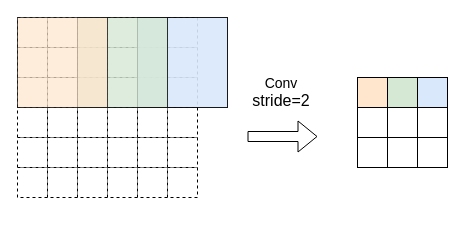
Before: convpool.drawio in ThrowYouARem/d2l-zh, a draw.io diagram. Source tidied: cells renumbered, new cells numbered last; positions are measured from the earlier drawing's top-left corner, leaving out a move shared by most shapes. Both pictures are drawn from the tidied source at 100%, with x=0, y=0 at pixel (17, 17).
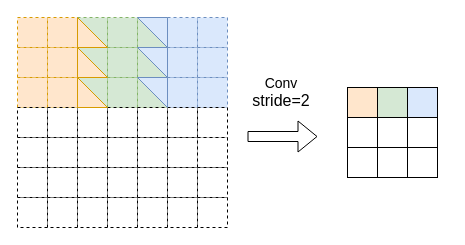
Above is the later version.

The edit, as a diff of the source:
```diff
@@
-    <mxCell id="2" style="rounded=0;whiteSpace=wrap;html=1;dashed=1;" parent="1" vertex="1">
+    <mxCell id="2" style="rounded=0;whiteSpace=wrap;html=1;dashed=1;fillColor=#ffe6cc;strokeColor=#d79b00;" parent="1" vertex="1">
       <mxGeometry width="30" height="30" as="geometry" />
     </mxCell>
-    <mxCell id="3" style="rounded=0;whiteSpace=wrap;html=1;dashed=1;" parent="1" vertex="1">
+    <mxCell id="3" style="rounded=0;whiteSpace=wrap;html=1;dashed=1;fillColor=#ffe6cc;strokeColor=#d79b00;" parent="1" vertex="1">
       <mxGeometry x="30" width="30" height="30" as="geometry" />
     </mxCell>
-    <mxCell id="4" style="rounded=0;whiteSpace=wrap;html=1;dashed=1;" parent="1" vertex="1">
+    <mxCell id="4" style="rounded=0;whiteSpace=wrap;html=1;dashed=1;fillColor=#d5e8d4;strokeColor=#82b366;" parent="1" vertex="1">
       <mxGeometry x="60" width="30" height="30" as="geometry" />
     </mxCell>
-    <mxCell id="5" style="rounded=0;whiteSpace=wrap;html=1;dashed=1;" parent="1" vertex="1">
+    <mxCell id="5" style="rounded=0;whiteSpace=wrap;html=1;dashed=1;fillColor=#d5e8d4;strokeColor=#82b366;" parent="1" vertex="1">
       <mxGeometry x="90" width="30" height="30" as="geometry" />
     </mxCell>
-    <mxCell id="6" style="rounded=0;whiteSpace=wrap;html=1;dashed=1;" parent="1" vertex="1">
+    <mxCell id="6" style="rounded=0;whiteSpace=wrap;html=1;dashed=1;fillColor=#d5e8d4;strokeColor=#82b366;" parent="1" vertex="1">
       <mxGeometry x="120" width="30" height="30" as="geometry" />
     </mxCell>
-    <mxCell id="7" style="rounded=0;whiteSpace=wrap;html=1;dashed=1;" parent="1" vertex="1">
+    <mxCell id="7" style="rounded=0;whiteSpace=wrap;html=1;dashed=1;fillColor=#dae8fc;strokeColor=#6c8ebf;" parent="1" vertex="1">
       <mxGeometry x="150" width="30" height="30" as="geometry" />
     </mxCell>
-    <mxCell id="8" style="rounded=0;whiteSpace=wrap;html=1;dashed=1;" parent="1" vertex="1">
+    <mxCell id="8" style="rounded=0;whiteSpace=wrap;html=1;dashed=1;fillColor=#ffe6cc;strokeColor=#d79b00;" parent="1" vertex="1">
       <mxGeometry y="30" width="30" height="30" as="geometry" />
     </mxCell>
-    <mxCell id="9" style="rounded=0;whiteSpace=wrap;html=1;dashed=1;" parent="1" vertex="1">
+    <mxCell id="9" style="rounded=0;whiteSpace=wrap;html=1;dashed=1;fillColor=#ffe6cc;strokeColor=#d79b00;" parent="1" vertex="1">
       <mxGeometry x="30" y="30" width="30" height="30" as="geometry" />
     </mxCell>
-    <mxCell id="10" style="rounded=0;whiteSpace=wrap;html=1;dashed=1;" parent="1" vertex="1">
+    <mxCell id="10" style="rounded=0;whiteSpace=wrap;html=1;dashed=1;fillColor=#d5e8d4;strokeColor=#82b366;" parent="1" vertex="1">
       <mxGeometry x="60" y="30" width="30" height="30" as="geometry" />
     </mxCell>
-    <mxCell id="11" style="rounded=0;whiteSpace=wrap;html=1;dashed=1;" parent="1" vertex="1">
+    <mxCell id="11" style="rounded=0;whiteSpace=wrap;html=1;dashed=1;fillColor=#d5e8d4;strokeColor=#82b366;" parent="1" vertex="1">
       <mxGeometry x="90" y="30" width="30" height="30" as="geometry" />
     </mxCell>
-    <mxCell id="12" style="rounded=0;whiteSpace=wrap;html=1;dashed=1;" parent="1" vertex="1">
+    <mxCell id="12" style="rounded=0;whiteSpace=wrap;html=1;dashed=1;fillColor=#d5e8d4;strokeColor=#82b366;" parent="1" vertex="1">
       <mxGeometry x="120" y="30" width="30" height="30" as="geometry" />
     </mxCell>
-    <mxCell id="13" style="rounded=0;whiteSpace=wrap;html=1;dashed=1;" parent="1" vertex="1">
+    <mxCell id="13" style="rounded=0;whiteSpace=wrap;html=1;dashed=1;fillColor=#dae8fc;strokeColor=#6c8ebf;" parent="1" vertex="1">
       <mxGeometry x="150" y="30" width="30" height="30" as="geometry" />
     </mxCell>
-    <mxCell id="14" style="rounded=0;whiteSpace=wrap;html=1;dashed=1;" parent="1" vertex="1">
+    <mxCell id="14" style="rounded=0;whiteSpace=wrap;html=1;dashed=1;fillColor=#ffe6cc;strokeColor=#d79b00;" parent="1" vertex="1">
       <mxGeometry y="60" width="30" height="30" as="geometry" />
     </mxCell>
-    <mxCell id="15" style="rounded=0;whiteSpace=wrap;html=1;dashed=1;" parent="1" vertex="1">
+    <mxCell id="15" style="rounded=0;whiteSpace=wrap;html=1;dashed=1;fillColor=#ffe6cc;strokeColor=#d79b00;" parent="1" vertex="1">
       <mxGeometry x="30" y="60" width="30" height="30" as="geometry" />
     </mxCell>
-    <mxCell id="16" style="rounded=0;whiteSpace=wrap;html=1;dashed=1;" parent="1" vertex="1">
+    <mxCell id="16" style="rounded=0;whiteSpace=wrap;html=1;dashed=1;fillColor=#d5e8d4;strokeColor=#82b366;" parent="1" vertex="1">
       <mxGeometry x="60" y="60" width="30" height="30" as="geometry" />
     </mxCell>
-    <mxCell id="17" style="rounded=0;whiteSpace=wrap;html=1;dashed=1;" parent="1" vertex="1">
+    <mxCell id="17" style="rounded=0;whiteSpace=wrap;html=1;dashed=1;fillColor=#d5e8d4;strokeColor=#82b366;" parent="1" vertex="1">
       <mxGeometry x="90" y="60" width="30" height="30" as="geometry" />
     </mxCell>
-    <mxCell id="18" style="rounded=0;whiteSpace=wrap;html=1;dashed=1;" parent="1" vertex="1">
+    <mxCell id="18" style="rounded=0;whiteSpace=wrap;html=1;dashed=1;fillColor=#d5e8d4;strokeColor=#82b366;" parent="1" vertex="1">
       <mxGeometry x="120" y="60" width="30" height="30" as="geometry" />
     </mxCell>
-    <mxCell id="19" style="rounded=0;whiteSpace=wrap;html=1;dashed=1;" parent="1" vertex="1">
+    <mxCell id="19" style="rounded=0;whiteSpace=wrap;html=1;dashed=1;fillColor=#dae8fc;strokeColor=#6c8ebf;" parent="1" vertex="1">
       <mxGeometry x="150" y="60" width="30" height="30" as="geometry" />
     </mxCell>
@@
-    <mxCell id="38" style="rounded=0;whiteSpace=wrap;html=1;opacity=90;fillColor=#dae8fc;strokeColor=light-dark(#000000, #996500);" parent="1" vertex="1">
-      <mxGeometry x="120" width="90" height="90" as="geometry" />
-    </mxCell>
-    <mxCell id="39" style="rounded=0;whiteSpace=wrap;html=1;opacity=80;fillColor=#d5e8d4;strokeColor=light-dark(#000000, #996500);" parent="1" vertex="1">
-      <mxGeometry x="60" width="90" height="90" as="geometry" />
-    </mxCell>
-    <mxCell id="40" style="rounded=0;whiteSpace=wrap;html=1;opacity=70;fillColor=#ffe6cc;strokeColor=light-dark(#000000, #996500);" parent="1" vertex="1">
-      <mxGeometry width="90" height="90" as="geometry" />
-    </mxCell>
@@
     <mxCell id="42" style="rounded=0;whiteSpace=wrap;html=1;fillColor=#ffe6cc;strokeColor=light-dark(#000000, #996500);" parent="1" vertex="1">
-      <mxGeometry x="340" y="60" width="30" height="30" as="geometry" />
+      <mxGeometry x="330" y="70" width="30" height="30" as="geometry" />
     </mxCell>
     <mxCell id="43" style="rounded=0;whiteSpace=wrap;html=1;fillColor=#d5e8d4;strokeColor=light-dark(#000000, #996500);" parent="1" vertex="1">
-      <mxGeometry x="370" y="60" width="30" height="30" as="geometry" />
+      <mxGeometry x="360" y="70" width="30" height="30" as="geometry" />
     </mxCell>
     <mxCell id="44" style="rounded=0;whiteSpace=wrap;html=1;fillColor=#dae8fc;strokeColor=light-dark(#000000, #996500);" parent="1" vertex="1">
-      <mxGeometry x="400" y="60" width="30" height="30" as="geometry" />
+      <mxGeometry x="390" y="70" width="30" height="30" as="geometry" />
     </mxCell>
     <mxCell id="45" style="rounded=0;whiteSpace=wrap;html=1;strokeColor=light-dark(#000000, #996500);" parent="1" vertex="1">
-      <mxGeometry x="340" y="90" width="30" height="30" as="geometry" />
+      <mxGeometry x="330" y="100" width="30" height="30" as="geometry" />
     </mxCell>
     <mxCell id="46" style="rounded=0;whiteSpace=wrap;html=1;strokeColor=light-dark(#000000, #996500);" parent="1" vertex="1">
-      <mxGeometry x="370" y="90" width="30" height="30" as="geometry" />
+      <mxGeometry x="360" y="100" width="30" height="30" as="geometry" />
     </mxCell>
     <mxCell id="47" style="rounded=0;whiteSpace=wrap;html=1;strokeColor=light-dark(#000000, #996500);" parent="1" vertex="1">
-      <mxGeometry x="400" y="90" width="30" height="30" as="geometry" />
+      <mxGeometry x="390" y="100" width="30" height="30" as="geometry" />
     </mxCell>
     <mxCell id="48" style="rounded=0;whiteSpace=wrap;html=1;strokeColor=light-dark(#000000, #996500);" parent="1" vertex="1">
-      <mxGeometry x="340" y="120" width="30" height="30" as="geometry" />
+      <mxGeometry x="330" y="130" width="30" height="30" as="geometry" />
     </mxCell>
     <mxCell id="49" style="rounded=0;whiteSpace=wrap;html=1;strokeColor=light-dark(#000000, #996500);" parent="1" vertex="1">
-      <mxGeometry x="370" y="120" width="30" height="30" as="geometry" />
+      <mxGeometry x="360" y="130" width="30" height="30" as="geometry" />
     </mxCell>
     <mxCell id="50" style="rounded=0;whiteSpace=wrap;html=1;strokeColor=light-dark(#000000, #996500);" parent="1" vertex="1">
-      <mxGeometry x="400" y="120" width="30" height="30" as="geometry" />
+      <mxGeometry x="390" y="130" width="30" height="30" as="geometry" />
     </mxCell>
@@
+    <mxCell id="52" style="verticalLabelPosition=bottom;verticalAlign=top;html=1;shape=mxgraph.basic.orthogonal_triangle;fillColor=#ffe6cc;strokeColor=#d79b00;" parent="1" vertex="1">
+      <mxGeometry x="60" width="30" height="30" as="geometry" />
+    </mxCell>
+    <mxCell id="53" style="verticalLabelPosition=bottom;verticalAlign=top;html=1;shape=mxgraph.basic.orthogonal_triangle;fillColor=#ffe6cc;strokeColor=#d79b00;" parent="1" vertex="1">
+      <mxGeometry x="60" y="30" width="30" height="30" as="geometry" />
+    </mxCell>
+    <mxCell id="54" style="verticalLabelPosition=bottom;verticalAlign=top;html=1;shape=mxgraph.basic.orthogonal_triangle;fillColor=#ffe6cc;strokeColor=#d79b00;" parent="1" vertex="1">
+      <mxGeometry x="60" y="60" width="30" height="30" as="geometry" />
+    </mxCell>
+    <mxCell id="55" style="verticalLabelPosition=bottom;verticalAlign=top;html=1;shape=mxgraph.basic.orthogonal_triangle;fillColor=#dae8fc;strokeColor=#6c8ebf;rotation=-180;" parent="1" vertex="1">
+      <mxGeometry x="120" width="30" height="30" as="geometry" />
+    </mxCell>
+    <mxCell id="56" style="verticalLabelPosition=bottom;verticalAlign=top;html=1;shape=mxgraph.basic.orthogonal_triangle;fillColor=#dae8fc;strokeColor=#6c8ebf;rotation=-180;" parent="1" vertex="1">
+      <mxGeometry x="120" y="30" width="30" height="30" as="geometry" />
+    </mxCell>
+    <mxCell id="57" style="verticalLabelPosition=bottom;verticalAlign=top;html=1;shape=mxgraph.basic.orthogonal_triangle;fillColor=#dae8fc;strokeColor=#6c8ebf;rotation=-180;" parent="1" vertex="1">
+      <mxGeometry x="120" y="60" width="30" height="30" as="geometry" />
+    </mxCell>
+    <mxCell id="58" style="rounded=0;whiteSpace=wrap;html=1;dashed=1;fillColor=#dae8fc;strokeColor=#6c8ebf;" parent="1" vertex="1">
+      <mxGeometry x="180" width="30" height="30" as="geometry" />
+    </mxCell>
+    <mxCell id="59" style="rounded=0;whiteSpace=wrap;html=1;dashed=1;fillColor=#dae8fc;strokeColor=#6c8ebf;" parent="1" vertex="1">
+      <mxGeometry x="180" y="30" width="30" height="30" as="geometry" />
+    </mxCell>
+    <mxCell id="60" style="rounded=0;whiteSpace=wrap;html=1;dashed=1;fillColor=#dae8fc;strokeColor=#6c8ebf;" parent="1" vertex="1">
+      <mxGeometry x="180" y="60" width="30" height="30" as="geometry" />
+    </mxCell>
+    <mxCell id="61" style="rounded=0;whiteSpace=wrap;html=1;dashed=1;" parent="1" vertex="1">
+      <mxGeometry x="180" y="90" width="30" height="30" as="geometry" />
+    </mxCell>
+    <mxCell id="62" style="rounded=0;whiteSpace=wrap;html=1;dashed=1;" parent="1" vertex="1">
+      <mxGeometry x="180" y="120" width="30" height="30" as="geometry" />
+    </mxCell>
+    <mxCell id="63" style="rounded=0;whiteSpace=wrap;html=1;dashed=1;" parent="1" vertex="1">
+      <mxGeometry x="180" y="120" width="30" height="30" as="geometry" />
+    </mxCell>
+    <mxCell id="64" style="rounded=0;whiteSpace=wrap;html=1;dashed=1;" parent="1" vertex="1">
+      <mxGeometry x="180" y="150" width="30" height="30" as="geometry" />
+    </mxCell>
+    <mxCell id="65" style="rounded=0;whiteSpace=wrap;html=1;dashed=1;" parent="1" vertex="1">
+      <mxGeometry y="180" width="30" height="30" as="geometry" />
+    </mxCell>
+    <mxCell id="66" style="rounded=0;whiteSpace=wrap;html=1;dashed=1;" parent="1" vertex="1">
+      <mxGeometry x="30" y="180" width="30" height="30" as="geometry" />
+    </mxCell>
+    <mxCell id="67" style="rounded=0;whiteSpace=wrap;html=1;dashed=1;" parent="1" vertex="1">
+      <mxGeometry x="60" y="180" width="30" height="30" as="geometry" />
+    </mxCell>
+    <mxCell id="68" style="rounded=0;whiteSpace=wrap;html=1;dashed=1;" parent="1" vertex="1">
+      <mxGeometry x="90" y="180" width="30" height="30" as="geometry" />
+    </mxCell>
+    <mxCell id="69" style="rounded=0;whiteSpace=wrap;html=1;dashed=1;" parent="1" vertex="1">
+      <mxGeometry x="120" y="180" width="30" height="30" as="geometry" />
+    </mxCell>
+    <mxCell id="70" style="rounded=0;whiteSpace=wrap;html=1;dashed=1;" parent="1" vertex="1">
+      <mxGeometry x="150" y="180" width="30" height="30" as="geometry" />
+    </mxCell>
+    <mxCell id="71" style="rounded=0;whiteSpace=wrap;html=1;dashed=1;" parent="1" vertex="1">
+      <mxGeometry x="180" y="180" width="30" height="30" as="geometry" />
+    </mxCell>
```
